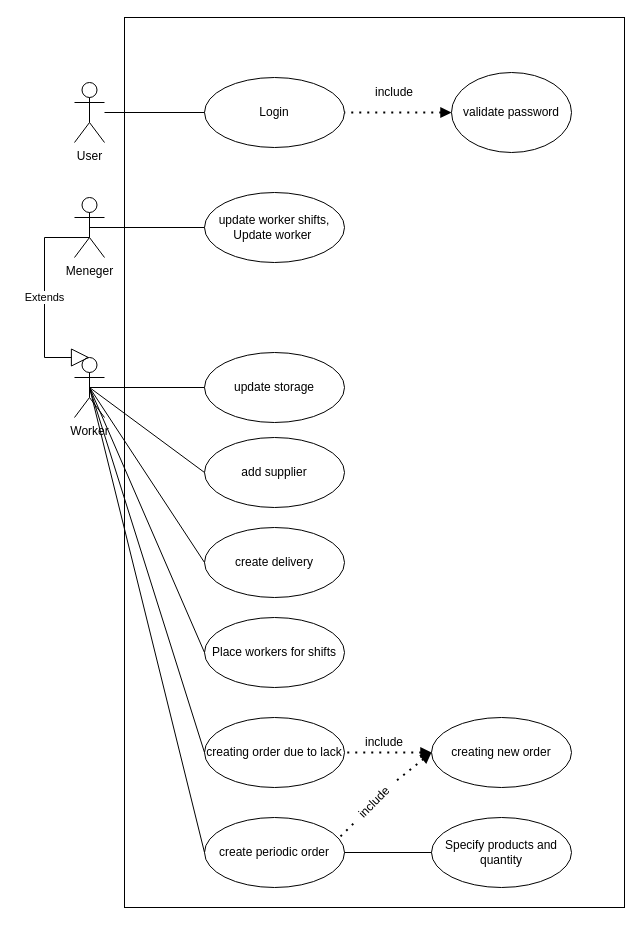
Before: docs/use case diagram/use case.drawio in Naveavra/Market, a draw.io diagram. Source tidied: cells renumbered, new cells numbered last; positions are measured from the earlier drawing's top-left corner, leaving out a move shared by most shapes. Both pictures are drawn from the tidied source at 100%, with x=0, y=0 at pixel (44, 17).
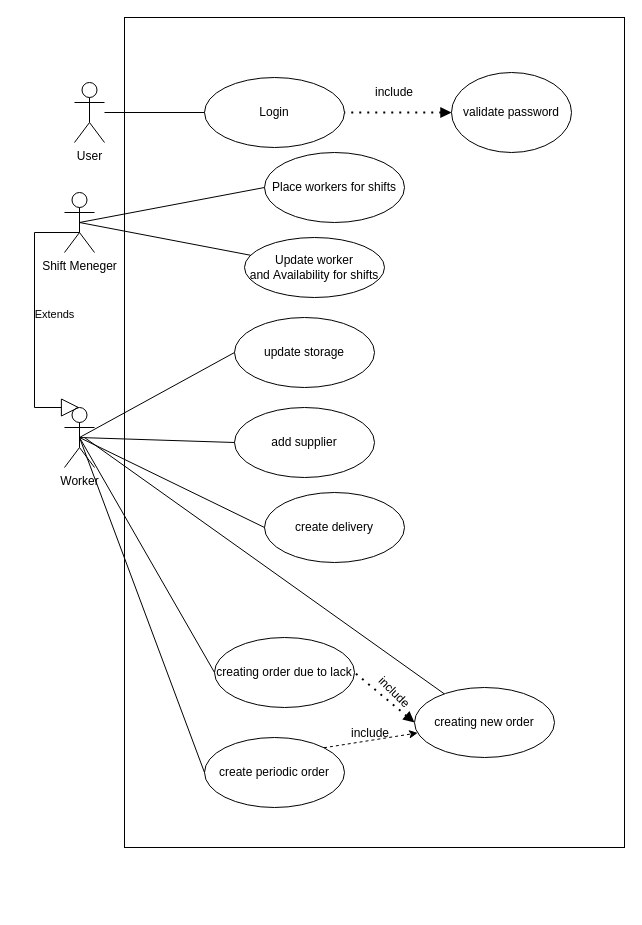
After the change.

Diff of the diagram source:
```diff
@@
     <mxCell id="2" style="rounded=0;whiteSpace=wrap;html=1;" parent="1" vertex="1">
-      <mxGeometry x="80" width="500" height="890" as="geometry" />
+      <mxGeometry x="80" width="500" height="830" as="geometry" />
     </mxCell>
@@
-    <mxCell id="5" value="Meneger" style="shape=umlActor;verticalLabelPosition=bottom;verticalAlign=top;html=1;" parent="1" vertex="1">
-      <mxGeometry x="30" y="180" width="30" height="60" as="geometry" />
+    <mxCell id="5" value="Shift Meneger" style="shape=umlActor;verticalLabelPosition=bottom;verticalAlign=top;html=1;" parent="1" vertex="1">
+      <mxGeometry x="20" y="175" width="30" height="60" as="geometry" />
     </mxCell>
-    <mxCell id="6" value="update worker shifts, Update worker&amp;nbsp;" style="ellipse;whiteSpace=wrap;html=1;" parent="1" vertex="1">
-      <mxGeometry x="160" y="175" width="140" height="70" as="geometry" />
+    <mxCell id="6" value="Place workers for shifts" style="ellipse;whiteSpace=wrap;html=1;" parent="1" vertex="1">
+      <mxGeometry x="220" y="135" width="140" height="70" as="geometry" />
     </mxCell>
     <mxCell id="7" value="Worker" style="shape=umlActor;verticalLabelPosition=bottom;verticalAlign=top;html=1;" parent="1" vertex="1">
-      <mxGeometry x="30" y="340" width="30" height="60" as="geometry" />
+      <mxGeometry x="20" y="390" width="30" height="60" as="geometry" />
     </mxCell>
     <mxCell id="8" value="Extends" style="endArrow=block;endSize=16;endFill=0;html=1;rounded=0;exitX=0.5;exitY=0.667;exitDx=0;exitDy=0;exitPerimeter=0;entryX=0.5;entryY=0;entryDx=0;entryDy=0;entryPerimeter=0;" parent="1" edge="1" source="5" target="7">
-      <mxGeometry relative="1" as="geometry">
+      <mxGeometry x="-0.04" y="20" relative="1" as="geometry">
         <Array as="points">
-          <mxPoint y="220" />
-          <mxPoint y="340" />
+          <mxPoint x="-10" y="215" />
+          <mxPoint x="-10" y="390" />
         </Array>
       </mxGeometry>
     </mxCell>
     <mxCell id="9" value="update storage" style="ellipse;whiteSpace=wrap;html=1;" parent="1" vertex="1">
-      <mxGeometry x="160" y="335" width="140" height="70" as="geometry" />
+      <mxGeometry x="190" y="300" width="140" height="70" as="geometry" />
     </mxCell>
     <mxCell id="10" value="add supplier" style="ellipse;whiteSpace=wrap;html=1;" parent="1" vertex="1">
-      <mxGeometry x="160" y="420" width="140" height="70" as="geometry" />
+      <mxGeometry x="190" y="390" width="140" height="70" as="geometry" />
     </mxCell>
     <mxCell id="11" value="create periodic order" style="ellipse;whiteSpace=wrap;html=1;" parent="1" vertex="1">
-      <mxGeometry x="160" y="800" width="140" height="70" as="geometry" />
+      <mxGeometry x="160" y="720" width="140" height="70" as="geometry" />
     </mxCell>
     <mxCell id="12" value="creating order due to lack" style="ellipse;whiteSpace=wrap;html=1;" parent="1" vertex="1">
-      <mxGeometry x="160" y="700" width="140" height="70" as="geometry" />
+      <mxGeometry x="170" y="620" width="140" height="70" as="geometry" />
     </mxCell>
-    <mxCell id="13" value="Place workers for shifts" style="ellipse;whiteSpace=wrap;html=1;" parent="1" vertex="1">
-      <mxGeometry x="160" y="600" width="140" height="70" as="geometry" />
-    </mxCell>
     <mxCell id="14" value="create delivery" style="ellipse;whiteSpace=wrap;html=1;" parent="1" vertex="1">
-      <mxGeometry x="160" y="510" width="140" height="70" as="geometry" />
+      <mxGeometry x="220" y="475" width="140" height="70" as="geometry" />
     </mxCell>
     <mxCell id="15" value="creating new order" style="ellipse;whiteSpace=wrap;html=1;" parent="1" vertex="1">
-      <mxGeometry x="387" y="700" width="140" height="70" as="geometry" />
+      <mxGeometry x="370" y="670" width="140" height="70" as="geometry" />
     </mxCell>
-    <mxCell id="16" value="Specify products and quantity" style="ellipse;whiteSpace=wrap;html=1;" parent="1" vertex="1">
-      <mxGeometry x="387" y="800" width="140" height="70" as="geometry" />
-    </mxCell>
@@
-    <mxCell id="22" style="endArrow=none;html=1;rounded=0;exitX=0.5;exitY=0.5;exitDx=0;exitDy=0;exitPerimeter=0;entryX=0;entryY=0.5;entryDx=0;entryDy=0;" parent="1" edge="1" source="7" target="13">
-      <mxGeometry relative="1" as="geometry" />
-    </mxCell>
@@
-    <mxCell id="25" style="endArrow=none;html=1;rounded=0;exitX=1;exitY=0.5;exitDx=0;exitDy=0;entryX=0;entryY=0.5;entryDx=0;entryDy=0;" parent="1" edge="1" source="11" target="16">
-      <mxGeometry relative="1" as="geometry" />
-    </mxCell>
@@
-    <mxCell id="29" style="endArrow=none;dashed=1;html=1;dashPattern=1 3;strokeWidth=2;rounded=0;exitX=0;exitY=0.5;exitDx=0;exitDy=0;startArrow=none;startFill=1;entryX=0.962;entryY=0.289;entryDx=0;entryDy=0;entryPerimeter=0;" parent="1" edge="1" source="30" target="11">
-      <mxGeometry relative="1" as="geometry" />
-    </mxCell>
-    <mxCell id="30" value="include" style="text;html=1;strokeColor=none;fillColor=none;align=center;verticalAlign=middle;whiteSpace=wrap;rounded=0;rotation=-45;" parent="1" vertex="1">
-      <mxGeometry x="300" y="770" width="60" height="30" as="geometry" />
-    </mxCell>
-    <mxCell id="31" style="endArrow=none;dashed=1;html=1;dashPattern=1 3;strokeWidth=2;rounded=0;entryX=1;entryY=0.5;entryDx=0;entryDy=0;exitX=0;exitY=0.5;exitDx=0;exitDy=0;startArrow=block;startFill=1;" parent="1" edge="1" source="15" target="30">
-      <mxGeometry relative="1" as="geometry" />
-    </mxCell>
@@
     <mxCell id="33" value="include" style="text;html=1;strokeColor=none;fillColor=none;align=center;verticalAlign=middle;whiteSpace=wrap;rounded=0;" parent="1" vertex="1">
-      <mxGeometry x="310" y="710" width="60" height="30" as="geometry" />
+      <mxGeometry x="296" y="701" width="60" height="30" as="geometry" />
     </mxCell>
+    <mxCell id="34" style="endArrow=none;html=1;rounded=0;" parent="1" edge="1" target="15">
+      <mxGeometry relative="1" as="geometry">
+        <mxPoint x="40" y="420" as="sourcePoint" />
+      </mxGeometry>
+    </mxCell>
+    <mxCell id="35" style="endArrow=classic;html=1;rounded=0;exitX=1;exitY=0;exitDx=0;exitDy=0;dashed=1;" parent="1" edge="1" source="11" target="15">
+      <mxGeometry relative="1" as="geometry" />
+    </mxCell>
+    <mxCell id="30" value="include" style="text;html=1;strokeColor=none;fillColor=none;align=center;verticalAlign=middle;whiteSpace=wrap;rounded=0;rotation=45;" parent="1" vertex="1">
+      <mxGeometry x="320" y="660" width="60" height="30" as="geometry" />
+    </mxCell>
+    <mxCell id="36" value="&lt;span style=&quot;&quot;&gt;Update worker and&amp;nbsp;&lt;/span&gt;Availability for shifts" style="ellipse;whiteSpace=wrap;html=1;" parent="1" vertex="1">
+      <mxGeometry x="200" y="220" width="140" height="60" as="geometry" />
+    </mxCell>
+    <mxCell id="37" style="endArrow=none;html=1;rounded=0;exitX=0.5;exitY=0.5;exitDx=0;exitDy=0;exitPerimeter=0;" parent="1" edge="1" source="5" target="36">
+      <mxGeometry relative="1" as="geometry" />
+    </mxCell>
```
